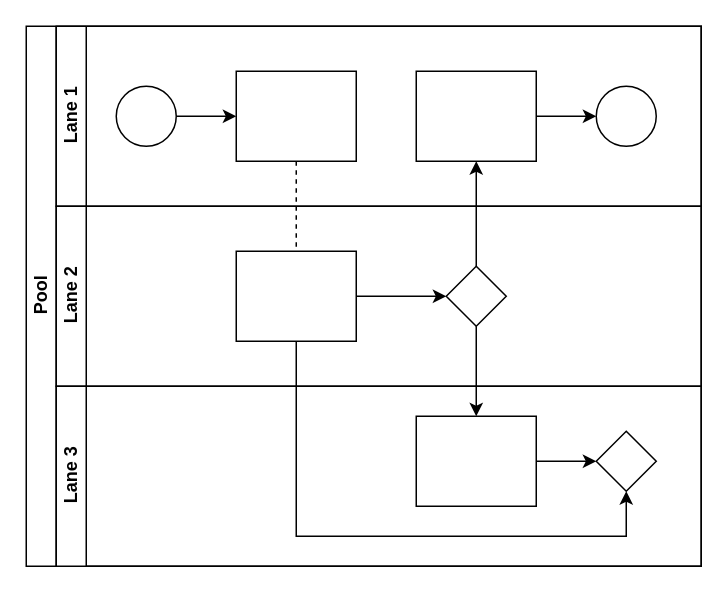
The draw.io diagram Untitled Diagram.drawio in lalligagger/lalligagger.github.io, before the edit. Source tidied: cells renumbered, new cells numbered last; positions are measured from the earlier drawing's top-left corner, leaving out a move shared by most shapes. Both pictures are drawn from the tidied source at 150%, with x=0, y=0 at pixel (26, 26).
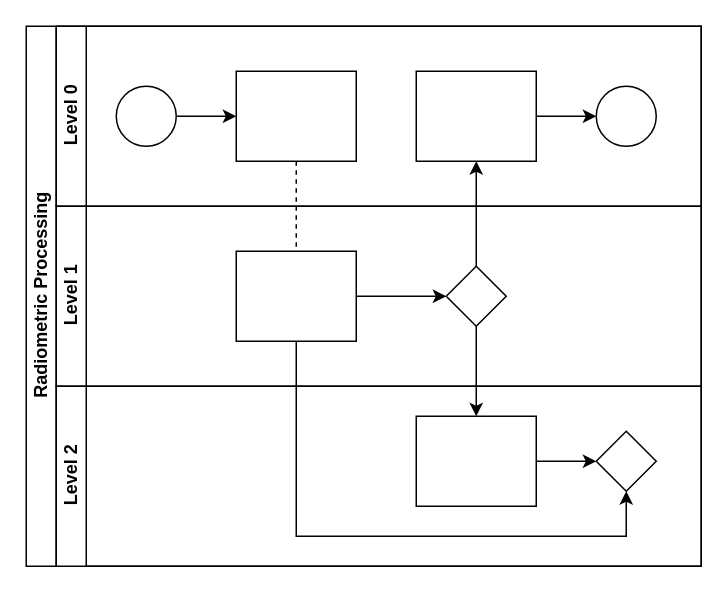
The same diagram, later.

The edit, as a diff of the source:
```diff
@@
-    <mxCell id="2" value="Pool" style="swimlane;html=1;horizontal=0;startSize=20;" parent="1" vertex="1">
+    <mxCell id="2" value="Radiometric Processing" style="swimlane;html=1;horizontal=0;startSize=20;" parent="1" vertex="1">
       <mxGeometry width="450" height="360" as="geometry" />
     </mxCell>
@@
-    <mxCell id="7" value="Lane 1" style="swimlane;html=1;startSize=20;horizontal=0;" parent="2" vertex="1">
+    <mxCell id="7" value="&lt;div&gt;Level 0&lt;/div&gt;" style="swimlane;html=1;startSize=20;horizontal=0;" parent="2" vertex="1">
       <mxGeometry x="20" width="430" height="120" as="geometry" />
     </mxCell>
@@
-    <mxCell id="14" value="Lane 2" style="swimlane;html=1;startSize=20;horizontal=0;" parent="2" vertex="1">
+    <mxCell id="14" value="Level 1" style="swimlane;html=1;startSize=20;horizontal=0;" parent="2" vertex="1">
       <mxGeometry x="20" y="120" width="430" height="120" as="geometry" />
     </mxCell>
@@
-    <mxCell id="18" value="Lane 3" style="swimlane;html=1;startSize=20;horizontal=0;" parent="2" vertex="1">
+    <mxCell id="18" value="Level 2" style="swimlane;html=1;startSize=20;horizontal=0;" parent="2" vertex="1">
       <mxGeometry x="20" y="240" width="430" height="120" as="geometry" />
     </mxCell>
```
